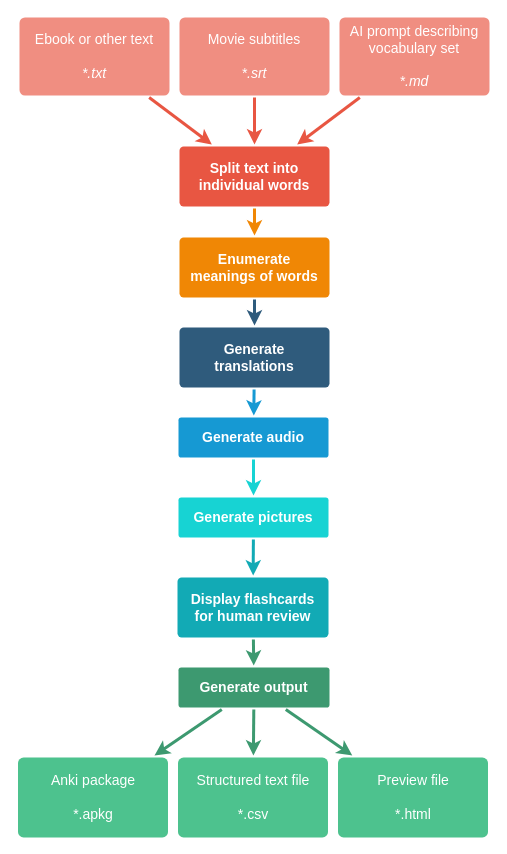
Above: page "Individual-words-flow" (2 of 2) of docs/Architecture.drawio in taurit/FlashcardSpace.Toolkit (draw.io), before the change. Source tidied: cells renumbered, new cells numbered last; positions are measured from the earlier drawing's top-left corner, leaving out a move shared by most shapes. Both pictures are drawn from the tidied source at 100%, with x=0, y=0 at pixel (17, 17).
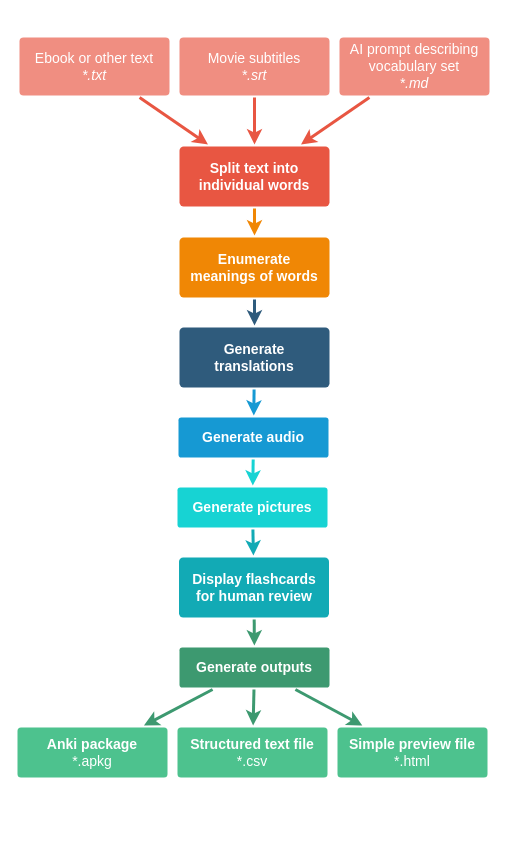
Above is the later version.

Diff of the diagram source:
```diff
@@
-    <mxCell id="6" value="Movie subtitles&lt;br&gt;&lt;br&gt;&lt;div&gt;&lt;i&gt;*.srt&lt;/i&gt;&lt;/div&gt;" style="rounded=1;whiteSpace=wrap;html=1;shadow=0;labelBackgroundColor=none;strokeColor=none;strokeWidth=3;fillColor=#F08E81;fontFamily=Helvetica;fontSize=14;fontColor=#FFFFFF;align=center;spacing=5;fontStyle=0;arcSize=7;perimeterSpacing=2;" parent="1" vertex="1">
-      <mxGeometry x="162" width="150" height="78" as="geometry" />
+    <mxCell id="6" value="Movie subtitles&lt;br&gt;&lt;div&gt;&lt;i&gt;*.srt&lt;/i&gt;&lt;/div&gt;" style="rounded=1;whiteSpace=wrap;html=1;shadow=0;labelBackgroundColor=none;strokeColor=none;strokeWidth=3;fillColor=#F08E81;fontFamily=Helvetica;fontSize=14;fontColor=#FFFFFF;align=center;spacing=5;fontStyle=0;arcSize=7;perimeterSpacing=2;" parent="1" vertex="1">
+      <mxGeometry x="162" y="20" width="150" height="58" as="geometry" />
     </mxCell>
-    <mxCell id="7" value="Ebook or other text&lt;div&gt;&lt;i&gt;&lt;br&gt;*.txt&lt;br&gt;&lt;/i&gt;&lt;/div&gt;" style="rounded=1;whiteSpace=wrap;html=1;shadow=0;labelBackgroundColor=none;strokeColor=none;strokeWidth=3;fillColor=#f08e81;fontFamily=Helvetica;fontSize=14;fontColor=#FFFFFF;align=center;spacing=5;fontStyle=0;arcSize=7;perimeterSpacing=2;" parent="1" vertex="1">
-      <mxGeometry x="2" width="150" height="78" as="geometry" />
+    <mxCell id="7" value="Ebook or other text&lt;div&gt;&lt;i&gt;*.txt&lt;br&gt;&lt;/i&gt;&lt;/div&gt;" style="rounded=1;whiteSpace=wrap;html=1;shadow=0;labelBackgroundColor=none;strokeColor=none;strokeWidth=3;fillColor=#f08e81;fontFamily=Helvetica;fontSize=14;fontColor=#FFFFFF;align=center;spacing=5;fontStyle=0;arcSize=7;perimeterSpacing=2;" parent="1" vertex="1">
+      <mxGeometry x="2" y="20" width="150" height="58" as="geometry" />
     </mxCell>
@@
     <mxCell id="12" value="Display flashcards for human review" style="rounded=1;whiteSpace=wrap;html=1;shadow=0;labelBackgroundColor=none;strokeColor=none;strokeWidth=3;fillColor=#12aab5;fontFamily=Helvetica;fontSize=14;fontColor=#FFFFFF;align=center;spacing=5;fontStyle=1;arcSize=7;perimeterSpacing=2;" parent="1" vertex="1">
-      <mxGeometry x="160" y="560" width="151" height="60" as="geometry" />
+      <mxGeometry x="161.5" y="540" width="150" height="60" as="geometry" />
     </mxCell>
-    <mxCell id="13" value="&lt;div&gt;Structured text file&lt;/div&gt;&lt;div&gt;&lt;br&gt;&lt;/div&gt;&lt;div&gt;*.csv&lt;/div&gt;" style="rounded=1;whiteSpace=wrap;html=1;shadow=0;labelBackgroundColor=none;strokeColor=none;strokeWidth=3;fillColor=#4DC28E;fontFamily=Helvetica;fontSize=14;fontColor=#FFFFFF;align=center;spacing=5;fontStyle=0;arcSize=7;perimeterSpacing=2;" parent="1" vertex="1">
-      <mxGeometry x="160.5" y="740" width="150" height="80" as="geometry" />
+    <mxCell id="13" value="&lt;div&gt;&lt;b&gt;Structured text file&lt;/b&gt;&lt;/div&gt;&lt;div&gt;*.csv&lt;/div&gt;" style="rounded=1;whiteSpace=wrap;html=1;shadow=0;labelBackgroundColor=none;strokeColor=none;strokeWidth=3;fillColor=#4DC28E;fontFamily=Helvetica;fontSize=14;fontColor=#FFFFFF;align=center;spacing=5;fontStyle=0;arcSize=7;perimeterSpacing=2;" parent="1" vertex="1">
+      <mxGeometry x="160" y="710" width="150" height="50" as="geometry" />
     </mxCell>
@@
-    <mxCell id="15" value="Anki package&lt;div&gt;&lt;br&gt;&lt;div&gt;*.apkg&lt;/div&gt;&lt;/div&gt;" style="rounded=1;whiteSpace=wrap;html=1;shadow=0;labelBackgroundColor=none;strokeColor=none;strokeWidth=3;fillColor=#4DC28E;fontFamily=Helvetica;fontSize=14;fontColor=#FFFFFF;align=center;spacing=5;fontStyle=0;arcSize=7;perimeterSpacing=2;" parent="1" vertex="1">
-      <mxGeometry x="0.5" y="740" width="150" height="80" as="geometry" />
+    <mxCell id="15" value="&lt;b&gt;Anki package&lt;/b&gt;&lt;div&gt;&lt;div&gt;*.apkg&lt;/div&gt;&lt;/div&gt;" style="rounded=1;whiteSpace=wrap;html=1;shadow=0;labelBackgroundColor=none;strokeColor=none;strokeWidth=3;fillColor=#4DC28E;fontFamily=Helvetica;fontSize=14;fontColor=#FFFFFF;align=center;spacing=5;fontStyle=0;arcSize=7;perimeterSpacing=2;" parent="1" vertex="1">
+      <mxGeometry y="710" width="150" height="50" as="geometry" />
     </mxCell>
@@
-    <mxCell id="17" value="&lt;div&gt;AI prompt describing vocabulary set&lt;br&gt;&lt;br&gt;&lt;/div&gt;&lt;div&gt;&lt;i&gt;*.md&lt;/i&gt;&lt;/div&gt;" style="rounded=1;whiteSpace=wrap;html=1;shadow=0;labelBackgroundColor=none;strokeColor=none;strokeWidth=3;fillColor=#f08e81;fontFamily=Helvetica;fontSize=14;fontColor=#FFFFFF;align=center;spacing=5;fontStyle=0;arcSize=7;perimeterSpacing=2;" parent="1" vertex="1">
-      <mxGeometry x="322" width="150" height="78" as="geometry" />
+    <mxCell id="17" value="&lt;div&gt;AI prompt describing vocabulary set&lt;br&gt;&lt;/div&gt;&lt;div&gt;&lt;i&gt;*.md&lt;/i&gt;&lt;/div&gt;" style="rounded=1;whiteSpace=wrap;html=1;shadow=0;labelBackgroundColor=none;strokeColor=none;strokeWidth=3;fillColor=#f08e81;fontFamily=Helvetica;fontSize=14;fontColor=#FFFFFF;align=center;spacing=5;fontStyle=0;arcSize=7;perimeterSpacing=2;" parent="1" vertex="1">
+      <mxGeometry x="322" y="20" width="150" height="58" as="geometry" />
     </mxCell>
@@
-    <mxCell id="19" value="&lt;div&gt;Preview file&lt;/div&gt;&lt;div&gt;&lt;br&gt;&lt;/div&gt;&lt;div&gt;*.html&lt;/div&gt;" style="rounded=1;whiteSpace=wrap;html=1;shadow=0;labelBackgroundColor=none;strokeColor=none;strokeWidth=3;fillColor=#4DC28E;fontFamily=Helvetica;fontSize=14;fontColor=#FFFFFF;align=center;spacing=5;fontStyle=0;arcSize=7;perimeterSpacing=2;" parent="1" vertex="1">
-      <mxGeometry x="320.5" y="740" width="150" height="80" as="geometry" />
+    <mxCell id="19" value="&lt;div&gt;&lt;b&gt;Simple preview file&lt;/b&gt;&lt;/div&gt;&lt;div&gt;*.html&lt;/div&gt;" style="rounded=1;whiteSpace=wrap;html=1;shadow=0;labelBackgroundColor=none;strokeColor=none;strokeWidth=3;fillColor=#4DC28E;fontFamily=Helvetica;fontSize=14;fontColor=#FFFFFF;align=center;spacing=5;fontStyle=0;arcSize=7;perimeterSpacing=2;" parent="1" vertex="1">
+      <mxGeometry x="320" y="710" width="150" height="50" as="geometry" />
     </mxCell>
@@
     <mxCell id="22" value="Generate pictures" style="rounded=1;whiteSpace=wrap;html=1;shadow=0;labelBackgroundColor=none;strokeColor=none;strokeWidth=3;fillColor=#17D3D3;fontFamily=Helvetica;fontSize=14;fontColor=#FFFFFF;align=center;spacing=5;fontStyle=1;arcSize=7;perimeterSpacing=2;" parent="1" vertex="1">
-      <mxGeometry x="161" y="480" width="150" height="40" as="geometry" />
+      <mxGeometry x="160" y="470" width="150" height="40" as="geometry" />
     </mxCell>
@@
-    <mxCell id="25" value="Generate output" style="rounded=1;whiteSpace=wrap;html=1;shadow=0;labelBackgroundColor=none;strokeColor=none;strokeWidth=3;fillColor=#3D9970;fontFamily=Helvetica;fontSize=14;fontColor=#FFFFFF;align=center;spacing=5;fontStyle=1;arcSize=7;perimeterSpacing=2;" parent="1" vertex="1">
-      <mxGeometry x="161" y="650" width="151" height="40" as="geometry" />
+    <mxCell id="25" value="Generate outputs" style="rounded=1;whiteSpace=wrap;html=1;shadow=0;labelBackgroundColor=none;strokeColor=none;strokeWidth=3;fillColor=#3D9970;fontFamily=Helvetica;fontSize=14;fontColor=#FFFFFF;align=center;spacing=5;fontStyle=1;arcSize=7;perimeterSpacing=2;" parent="1" vertex="1">
+      <mxGeometry x="162" y="630" width="150" height="40" as="geometry" />
     </mxCell>
```
